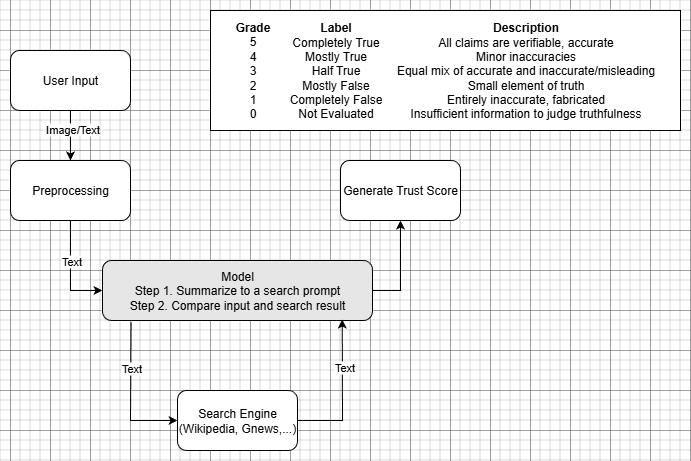
The draw.io diagram assets/workflow.png in TechX-Resources/AIforDisinformation, before a commit. Source tidied: cells renumbered, new cells last; positions are measured from the earlier drawing's top-left corner, leaving out a move shared by most shapes. Source of this version:
```xml
<mxGraphModel>
  <root>
    <mxCell id="0" />
    <mxCell id="1" parent="0" />
    <mxCell id="2" style="rounded=0;whiteSpace=wrap;html=1;" parent="1" vertex="1">
      <mxGeometry x="200" width="470" height="120" as="geometry" />
    </mxCell>
    <mxCell id="3" value="User Input" style="rounded=1;whiteSpace=wrap;html=1;" parent="1" vertex="1">
      <mxGeometry y="40" width="120" height="60" as="geometry" />
    </mxCell>
    <mxCell id="4" style="endArrow=classic;html=1;rounded=0;exitX=0.5;exitY=1;exitDx=0;exitDy=0;" parent="1" edge="1" source="3" target="8">
      <mxGeometry relative="1" as="geometry" />
    </mxCell>
    <mxCell id="5" value="Image/Text" style="edgeLabel;html=1;align=center;verticalAlign=middle;" parent="4" vertex="1">
      <mxGeometry x="-0.28" y="1" relative="1" as="geometry" />
    </mxCell>
    <mxCell id="6" style="edgeStyle=orthogonalEdgeStyle;rounded=0;jettySize=auto;html=1;exitX=0.5;exitY=1;exitDx=0;exitDy=0;entryX=0;entryY=0.5;entryDx=0;entryDy=0;" parent="1" edge="1" source="8" target="9">
      <mxGeometry relative="1" as="geometry">
        <Array as="points">
          <mxPoint x="60" y="280" />
        </Array>
      </mxGeometry>
    </mxCell>
    <mxCell id="7" value="Text" style="edgeLabel;html=1;align=center;verticalAlign=middle;" parent="6" vertex="1">
      <mxGeometry x="-0.12" y="-2" relative="1" as="geometry">
        <mxPoint x="2" y="-5" as="offset" />
      </mxGeometry>
    </mxCell>
    <mxCell id="8" value="Preprocessing" style="rounded=1;whiteSpace=wrap;html=1;" parent="1" vertex="1">
      <mxGeometry y="150" width="120" height="60" as="geometry" />
    </mxCell>
    <mxCell id="9" value="Model&lt;div&gt;Step 1. Summarize to a search prompt&lt;/div&gt;&lt;div&gt;Step 2. Compare input and search result&lt;/div&gt;" style="rounded=1;whiteSpace=wrap;html=1;fillColor=#E6E6E6;" parent="1" vertex="1">
      <mxGeometry x="92" y="250" width="270" height="60" as="geometry" />
    </mxCell>
    <mxCell id="10" value="Search Engine&lt;br&gt;(Wikipedia, Gnews,...)" style="rounded=1;whiteSpace=wrap;html=1;" parent="1" vertex="1">
      <mxGeometry x="167" y="380" width="120" height="60" as="geometry" />
    </mxCell>
    <mxCell id="11" value="Generate Trust Score" style="rounded=1;whiteSpace=wrap;html=1;" parent="1" vertex="1">
      <mxGeometry x="330" y="150" width="120" height="60" as="geometry" />
    </mxCell>
    <mxCell id="12" style="endArrow=classic;html=1;rounded=0;entryX=0;entryY=0.5;entryDx=0;entryDy=0;exitX=0.106;exitY=1.03;exitDx=0;exitDy=0;exitPerimeter=0;" parent="1" edge="1" source="9" target="10">
      <mxGeometry relative="1" as="geometry">
        <Array as="points">
          <mxPoint x="120" y="410" />
        </Array>
      </mxGeometry>
    </mxCell>
    <mxCell id="13" value="Text" style="edgeLabel;html=1;align=center;verticalAlign=middle;" parent="12" vertex="1">
      <mxGeometry x="-0.36" relative="1" as="geometry" />
    </mxCell>
    <mxCell id="14" style="endArrow=classic;html=1;rounded=0;entryX=0.888;entryY=0.983;entryDx=0;entryDy=0;entryPerimeter=0;" parent="1" edge="1" target="9">
      <mxGeometry relative="1" as="geometry">
        <mxPoint x="287" y="410" as="sourcePoint" />
        <Array as="points">
          <mxPoint x="332" y="410" />
        </Array>
      </mxGeometry>
    </mxCell>
    <mxCell id="15" value="Text" style="edgeLabel;html=1;align=center;verticalAlign=middle;" parent="14" vertex="1">
      <mxGeometry x="0.34" y="-2" relative="1" as="geometry" />
    </mxCell>
    <mxCell id="16" style="endArrow=classic;html=1;rounded=0;entryX=0.5;entryY=1;entryDx=0;entryDy=0;" parent="1" edge="1" target="11">
      <mxGeometry relative="1" as="geometry">
        <mxPoint x="362" y="280" as="sourcePoint" />
        <Array as="points">
          <mxPoint x="390" y="280" />
        </Array>
      </mxGeometry>
    </mxCell>
    <mxCell id="17" value="&lt;b&gt;Grade&lt;/b&gt;&lt;div&gt;5&lt;/div&gt;&lt;div&gt;4&lt;/div&gt;&lt;div&gt;3&lt;/div&gt;&lt;div&gt;2&lt;/div&gt;&lt;div&gt;1&lt;/div&gt;&lt;div&gt;0&lt;/div&gt;&lt;div&gt;&lt;br&gt;&lt;/div&gt;" style="text;html=1;align=center;verticalAlign=middle;strokeColor=none;fillColor=none;" parent="1" vertex="1">
      <mxGeometry x="212" y="2" width="60" height="130" as="geometry" />
    </mxCell>
    <mxCell id="18" value="&lt;b&gt;Label&lt;/b&gt;&lt;div&gt;Completely True&lt;/div&gt;&lt;div&gt;Mostly True&lt;/div&gt;&lt;div&gt;Half True&lt;/div&gt;&lt;div&gt;Mostly False&lt;/div&gt;&lt;div&gt;Completely False&lt;/div&gt;&lt;div&gt;Not Evaluated&lt;/div&gt;" style="text;html=1;align=center;verticalAlign=middle;strokeColor=none;fillColor=none;" parent="1" vertex="1">
      <mxGeometry x="265" y="5" width="120" height="110" as="geometry" />
    </mxCell>
    <mxCell id="19" value="&lt;b&gt;Description&lt;/b&gt;&lt;div&gt;All claims are verifiable, accurate&lt;/div&gt;&lt;div&gt;Minor inaccuracies&lt;/div&gt;&lt;div&gt;Equal mix of accurate and inaccurate/misleading&lt;/div&gt;&lt;div&gt;Small element of truth&lt;/div&gt;&lt;div&gt;Entirely inaccurate, fabricated&lt;/div&gt;&lt;div&gt;Insufficient information to judge truthfulness&lt;/div&gt;" style="text;html=1;align=center;verticalAlign=middle;strokeColor=none;fillColor=none;" parent="1" vertex="1">
      <mxGeometry x="375" y="5" width="280" height="110" as="geometry" />
    </mxCell>
  </root>
</mxGraphModel>
```
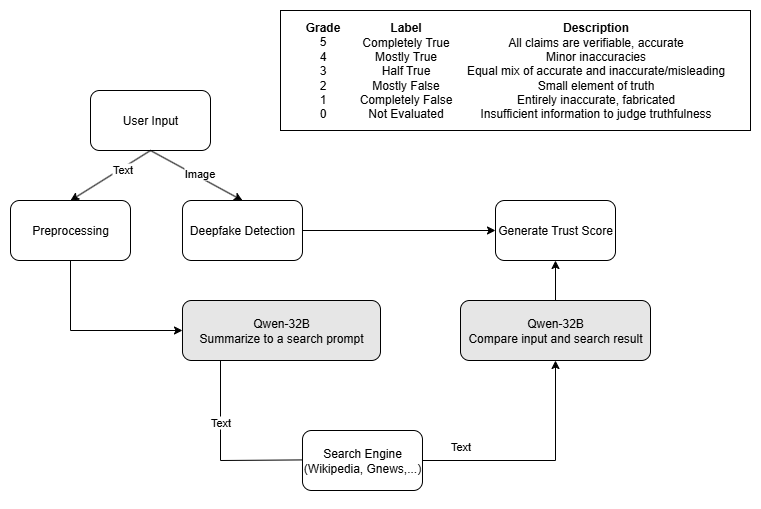
Above is the later version.

Diff of the diagram source:
```diff
@@ -2,79 +2,94 @@
   <root>
     <mxCell id="0" />
     <mxCell id="1" parent="0" />
-    <mxCell id="2" style="rounded=0;whiteSpace=wrap;html=1;" parent="1" vertex="1">
-      <mxGeometry x="200" width="470" height="120" as="geometry" />
-    </mxCell>
+    <mxCell id="20" style="rounded=0;whiteSpace=wrap;html=1;" parent="1" vertex="1">
+      <mxGeometry x="190" y="-40" width="470" height="120" as="geometry" />
+    </mxCell>
     <mxCell id="3" value="User Input" style="rounded=1;whiteSpace=wrap;html=1;" parent="1" vertex="1">
       <mxGeometry y="40" width="120" height="60" as="geometry" />
     </mxCell>
-    <mxCell id="4" style="endArrow=classic;html=1;rounded=0;exitX=0.5;exitY=1;exitDx=0;exitDy=0;" parent="1" edge="1" source="3" target="8">
+    <mxCell id="4" style="endArrow=classic;html=1;rounded=0;exitX=0.5;exitY=1;exitDx=0;exitDy=0;entryX=0.5;entryY=0;entryDx=0;entryDy=0;" parent="1" edge="1" source="3" target="8">
       <mxGeometry relative="1" as="geometry" />
     </mxCell>
-    <mxCell id="5" value="Image/Text" style="edgeLabel;html=1;align=center;verticalAlign=middle;" parent="4" vertex="1">
-      <mxGeometry x="-0.28" y="1" relative="1" as="geometry" />
-    </mxCell>
-    <mxCell id="6" style="edgeStyle=orthogonalEdgeStyle;rounded=0;jettySize=auto;html=1;exitX=0.5;exitY=1;exitDx=0;exitDy=0;entryX=0;entryY=0.5;entryDx=0;entryDy=0;" parent="1" edge="1" source="8" target="9">
-      <mxGeometry relative="1" as="geometry">
-        <Array as="points">
-          <mxPoint x="60" y="280" />
-        </Array>
-      </mxGeometry>
-    </mxCell>
-    <mxCell id="7" value="Text" style="edgeLabel;html=1;align=center;verticalAlign=middle;" parent="6" vertex="1">
-      <mxGeometry x="-0.12" y="-2" relative="1" as="geometry">
-        <mxPoint x="2" y="-5" as="offset" />
-      </mxGeometry>
-    </mxCell>
+    <mxCell id="21" value="Text" style="edgeLabel;html=1;align=center;verticalAlign=middle;" parent="4" vertex="1">
+      <mxGeometry x="-0.28" y="1" relative="1" as="geometry" />
+    </mxCell>
+    <mxCell id="22" style="edgeStyle=orthogonalEdgeStyle;rounded=0;jettySize=auto;html=1;exitX=0.5;exitY=1;exitDx=0;exitDy=0;entryX=0;entryY=0.5;entryDx=0;entryDy=0;" parent="1" edge="1" source="8" target="23">
+      <mxGeometry relative="1" as="geometry">
+        <Array as="points">
+          <mxPoint x="-20" y="280" />
+        </Array>
+      </mxGeometry>
+    </mxCell>
     <mxCell id="8" value="Preprocessing" style="rounded=1;whiteSpace=wrap;html=1;" parent="1" vertex="1">
-      <mxGeometry y="150" width="120" height="60" as="geometry" />
+      <mxGeometry x="-80" y="150" width="120" height="60" as="geometry" />
     </mxCell>
-    <mxCell id="9" value="Model&lt;div&gt;Step 1. Summarize to a search prompt&lt;/div&gt;&lt;div&gt;Step 2. Compare input and search result&lt;/div&gt;" style="rounded=1;whiteSpace=wrap;html=1;fillColor=#E6E6E6;" parent="1" vertex="1">
-      <mxGeometry x="92" y="250" width="270" height="60" as="geometry" />
-    </mxCell>
-    <mxCell id="10" value="Search Engine&lt;br&gt;(Wikipedia, Gnews,...)" style="rounded=1;whiteSpace=wrap;html=1;" parent="1" vertex="1">
-      <mxGeometry x="167" y="380" width="120" height="60" as="geometry" />
-    </mxCell>
+    <mxCell id="23" value="Qwen-32B&lt;div&gt;Summarize to a search prompt&lt;/div&gt;" style="rounded=1;whiteSpace=wrap;html=1;fillColor=#E6E6E6;" parent="1" vertex="1">
+      <mxGeometry x="92" y="250" width="198" height="60" as="geometry" />
+    </mxCell>
     <mxCell id="11" value="Generate Trust Score" style="rounded=1;whiteSpace=wrap;html=1;" parent="1" vertex="1">
-      <mxGeometry x="330" y="150" width="120" height="60" as="geometry" />
+      <mxGeometry x="405" y="150" width="120" height="60" as="geometry" />
     </mxCell>
-    <mxCell id="12" style="endArrow=classic;html=1;rounded=0;entryX=0;entryY=0.5;entryDx=0;entryDy=0;exitX=0.106;exitY=1.03;exitDx=0;exitDy=0;exitPerimeter=0;" parent="1" edge="1" source="9" target="10">
-      <mxGeometry relative="1" as="geometry">
-        <Array as="points">
-          <mxPoint x="120" y="410" />
-        </Array>
-      </mxGeometry>
-    </mxCell>
-    <mxCell id="13" value="Text" style="edgeLabel;html=1;align=center;verticalAlign=middle;" parent="12" vertex="1">
-      <mxGeometry x="-0.36" relative="1" as="geometry" />
-    </mxCell>
-    <mxCell id="14" style="endArrow=classic;html=1;rounded=0;entryX=0.888;entryY=0.983;entryDx=0;entryDy=0;entryPerimeter=0;" parent="1" edge="1" target="9">
-      <mxGeometry relative="1" as="geometry">
-        <mxPoint x="287" y="410" as="sourcePoint" />
-        <Array as="points">
-          <mxPoint x="332" y="410" />
-        </Array>
-      </mxGeometry>
-    </mxCell>
-    <mxCell id="15" value="Text" style="edgeLabel;html=1;align=center;verticalAlign=middle;" parent="14" vertex="1">
-      <mxGeometry x="0.34" y="-2" relative="1" as="geometry" />
-    </mxCell>
-    <mxCell id="16" style="endArrow=classic;html=1;rounded=0;entryX=0.5;entryY=1;entryDx=0;entryDy=0;" parent="1" edge="1" target="11">
-      <mxGeometry relative="1" as="geometry">
-        <mxPoint x="362" y="280" as="sourcePoint" />
-        <Array as="points">
-          <mxPoint x="390" y="280" />
-        </Array>
-      </mxGeometry>
-    </mxCell>
+    <mxCell id="24" style="endArrow=classic;html=1;rounded=0;entryX=0;entryY=0.5;entryDx=0;entryDy=0;" parent="1" edge="1">
+      <mxGeometry relative="1" as="geometry">
+        <mxPoint x="130" y="310" as="sourcePoint" />
+        <mxPoint x="224.1" y="409.3" as="targetPoint" />
+        <Array as="points">
+          <mxPoint x="130" y="410" />
+        </Array>
+      </mxGeometry>
+    </mxCell>
+    <mxCell id="25" value="Text" style="edgeLabel;html=1;align=center;verticalAlign=middle;" parent="24" vertex="1">
+      <mxGeometry x="-0.36" relative="1" as="geometry" />
+    </mxCell>
+    <mxCell id="26" style="endArrow=classic;html=1;rounded=0;entryX=0.5;entryY=1;entryDx=0;entryDy=0;" parent="1" edge="1" source="10" target="28">
+      <mxGeometry relative="1" as="geometry">
+        <Array as="points">
+          <mxPoint x="465" y="410" />
+        </Array>
+      </mxGeometry>
+    </mxCell>
+    <mxCell id="27" value="Text" style="edgeLabel;html=1;align=center;verticalAlign=middle;" parent="26" vertex="1">
+      <mxGeometry x="0.34" y="-2" relative="1" as="geometry">
+        <mxPoint x="-97" y="9" as="offset" />
+      </mxGeometry>
+    </mxCell>
     <mxCell id="17" value="&lt;b&gt;Grade&lt;/b&gt;&lt;div&gt;5&lt;/div&gt;&lt;div&gt;4&lt;/div&gt;&lt;div&gt;3&lt;/div&gt;&lt;div&gt;2&lt;/div&gt;&lt;div&gt;1&lt;/div&gt;&lt;div&gt;0&lt;/div&gt;&lt;div&gt;&lt;br&gt;&lt;/div&gt;" style="text;html=1;align=center;verticalAlign=middle;strokeColor=none;fillColor=none;" parent="1" vertex="1">
-      <mxGeometry x="212" y="2" width="60" height="130" as="geometry" />
+      <mxGeometry x="202" y="-38" width="60" height="130" as="geometry" />
     </mxCell>
     <mxCell id="18" value="&lt;b&gt;Label&lt;/b&gt;&lt;div&gt;Completely True&lt;/div&gt;&lt;div&gt;Mostly True&lt;/div&gt;&lt;div&gt;Half True&lt;/div&gt;&lt;div&gt;Mostly False&lt;/div&gt;&lt;div&gt;Completely False&lt;/div&gt;&lt;div&gt;Not Evaluated&lt;/div&gt;" style="text;html=1;align=center;verticalAlign=middle;strokeColor=none;fillColor=none;" parent="1" vertex="1">
-      <mxGeometry x="265" y="5" width="120" height="110" as="geometry" />
+      <mxGeometry x="255" y="-35" width="120" height="110" as="geometry" />
     </mxCell>
     <mxCell id="19" value="&lt;b&gt;Description&lt;/b&gt;&lt;div&gt;All claims are verifiable, accurate&lt;/div&gt;&lt;div&gt;Minor inaccuracies&lt;/div&gt;&lt;div&gt;Equal mix of accurate and inaccurate/misleading&lt;/div&gt;&lt;div&gt;Small element of truth&lt;/div&gt;&lt;div&gt;Entirely inaccurate, fabricated&lt;/div&gt;&lt;div&gt;Insufficient information to judge truthfulness&lt;/div&gt;" style="text;html=1;align=center;verticalAlign=middle;strokeColor=none;fillColor=none;" parent="1" vertex="1">
-      <mxGeometry x="375" y="5" width="280" height="110" as="geometry" />
+      <mxGeometry x="365" y="-35" width="280" height="110" as="geometry" />
     </mxCell>
+    <mxCell id="28" value="Qwen-32B&lt;br&gt;&lt;div&gt;Compare input and search result&lt;/div&gt;" style="rounded=1;whiteSpace=wrap;html=1;fillColor=#E6E6E6;" parent="1" vertex="1">
+      <mxGeometry x="370" y="250" width="190" height="60" as="geometry" />
+    </mxCell>
+    <mxCell id="29" value="Deepfake Detection" style="rounded=1;whiteSpace=wrap;html=1;" parent="1" vertex="1">
+      <mxGeometry x="92" y="150" width="120" height="60" as="geometry" />
+    </mxCell>
+    <mxCell id="30" style="endArrow=classic;html=1;rounded=0;entryX=0.5;entryY=0;entryDx=0;entryDy=0;" parent="1" edge="1" target="29">
+      <mxGeometry relative="1" as="geometry">
+        <mxPoint x="60" y="100" as="sourcePoint" />
+      </mxGeometry>
+    </mxCell>
+    <mxCell id="31" value="Image" style="edgeLabel;html=1;align=center;verticalAlign=middle;" parent="30" vertex="1">
+      <mxGeometry x="0.02" y="3" relative="1" as="geometry" />
+    </mxCell>
+    <mxCell id="32" style="endArrow=classic;html=1;rounded=0;exitX=1;exitY=0.5;exitDx=0;exitDy=0;entryX=0;entryY=0.5;entryDx=0;entryDy=0;" parent="1" edge="1" source="29" target="11">
+      <mxGeometry relative="1" as="geometry" />
+    </mxCell>
+    <mxCell id="33" style="endArrow=classic;html=1;rounded=0;exitX=0.5;exitY=0;exitDx=0;exitDy=0;entryX=0.5;entryY=1;entryDx=0;entryDy=0;" parent="1" edge="1" source="28" target="11">
+      <mxGeometry relative="1" as="geometry" />
+    </mxCell>
+    <mxCell id="34" style="endArrow=classic;html=1;rounded=0;entryX=0.5;entryY=1;entryDx=0;entryDy=0;" parent="1" edge="1" target="10">
+      <mxGeometry relative="1" as="geometry">
+        <mxPoint x="287" y="410" as="sourcePoint" />
+      </mxGeometry>
+    </mxCell>
+    <mxCell id="10" value="Search Engine&lt;br&gt;(Wikipedia, Gnews,...)" style="rounded=1;whiteSpace=wrap;html=1;" parent="1" vertex="1">
+      <mxGeometry x="212" y="380" width="120" height="60" as="geometry" />
+    </mxCell>
   </root>
 </mxGraphModel>
```
